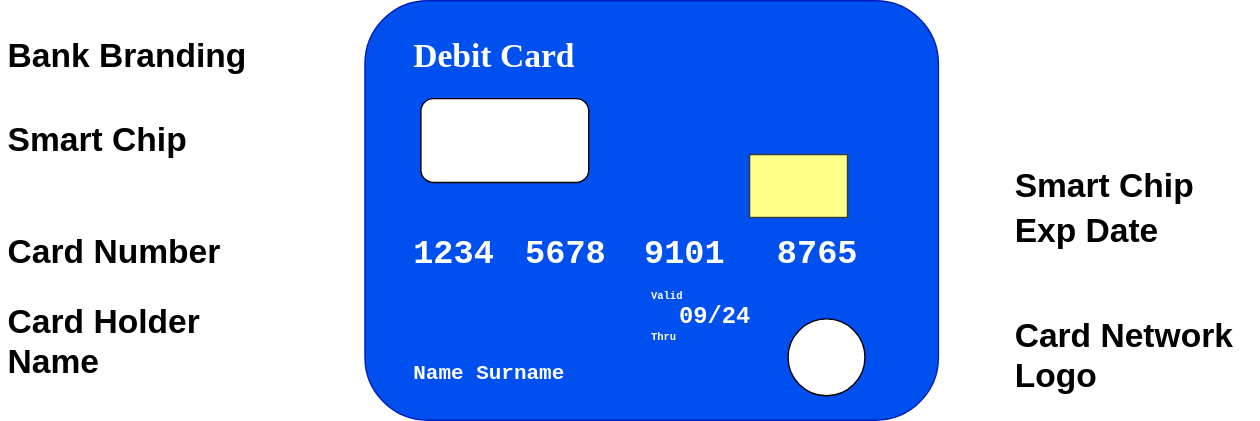
This is Work Samples/WF/DebitCard.drawio.svg from uchiharizvi/design-diagrams, a draw.io export, as it was before one commit. Source tidied: cells renumbered, new cells last; positions are measured from the earlier drawing's top-left corner, leaving out a move shared by most shapes.
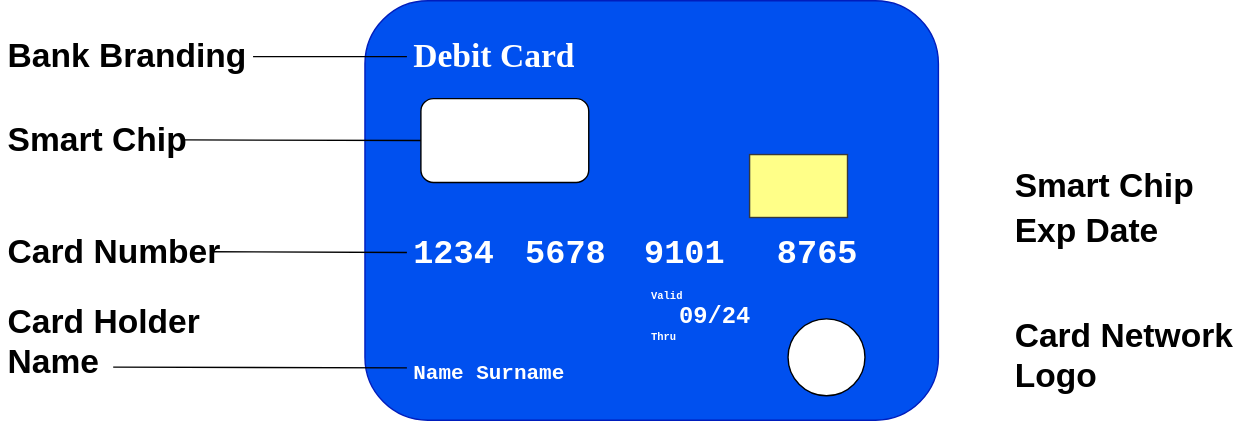
Above is the later version.

Diff of the diagram source:
```diff
@@ -59,5 +59,25 @@
     <mxCell id="20" value="&lt;h1&gt;Exp Date&lt;/h1&gt;" style="text;html=1;spacing=5;spacingTop=-20;whiteSpace=wrap;overflow=hidden;rounded=0;" parent="1" vertex="1">
       <mxGeometry x="720" y="145" width="180" height="70" as="geometry" />
     </mxCell>
+    <mxCell id="21" style="endArrow=none;html=1;rounded=0;entryX=0;entryY=0.5;entryDx=0;entryDy=0;" parent="1" edge="1" target="3">
+      <mxGeometry relative="1" as="geometry">
+        <mxPoint x="180" y="40" as="sourcePoint" />
+      </mxGeometry>
+    </mxCell>
+    <mxCell id="22" style="endArrow=none;html=1;rounded=0;entryX=0;entryY=0.5;entryDx=0;entryDy=0;" parent="1" edge="1" target="4">
+      <mxGeometry relative="1" as="geometry">
+        <mxPoint x="130" y="99.5" as="sourcePoint" />
+      </mxGeometry>
+    </mxCell>
+    <mxCell id="23" style="endArrow=none;html=1;rounded=0;entryX=0;entryY=0.5;entryDx=0;entryDy=0;" parent="1" edge="1" target="5">
+      <mxGeometry relative="1" as="geometry">
+        <mxPoint x="150" y="179.5" as="sourcePoint" />
+      </mxGeometry>
+    </mxCell>
+    <mxCell id="24" style="endArrow=none;html=1;rounded=0;entryX=0;entryY=0.5;entryDx=0;entryDy=0;" parent="1" edge="1" target="9">
+      <mxGeometry relative="1" as="geometry">
+        <mxPoint x="80" y="262" as="sourcePoint" />
+      </mxGeometry>
+    </mxCell>
   </root>
 </mxGraphModel>
```
